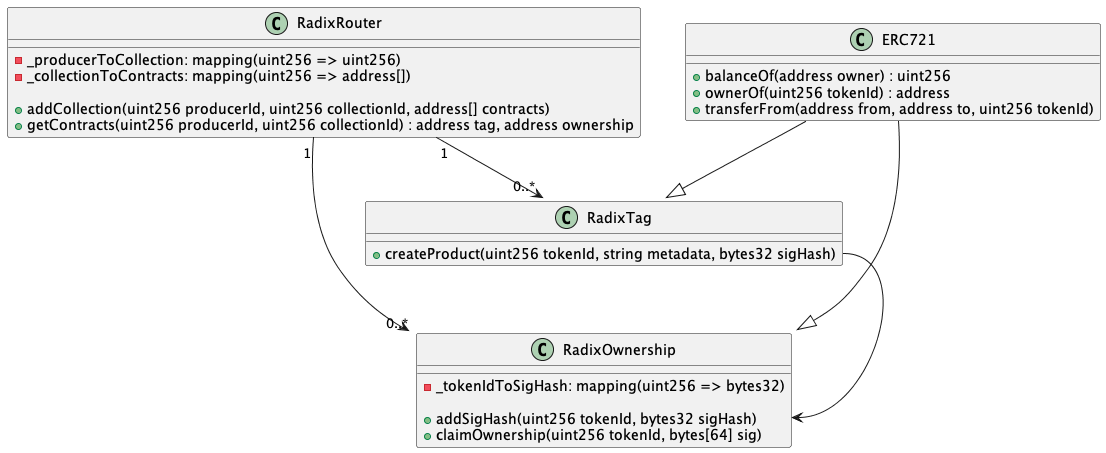
Earlier version of the PlantUML export diagrams/out/contracts/radix_contracts.png (RadixOrg/docs).
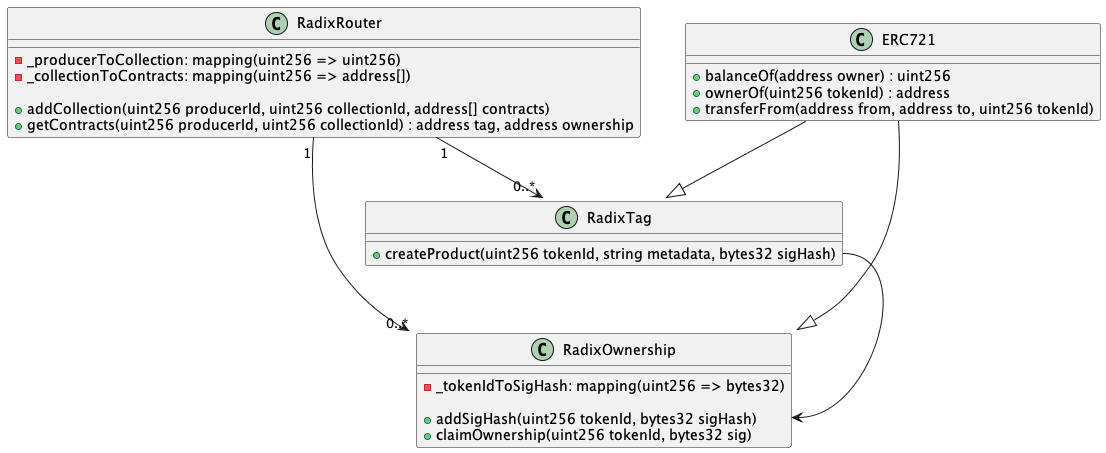
After the change.

Commit message:
correct diagram

The edit, as a diff of the source:
```diff
@@ -22,7 +22,7 @@
     - _tokenIdToSigHash: mapping(uint256 => bytes32)
 
     + addSigHash(uint256 tokenId, bytes32 sigHash)
-    + claimOwnership(uint256 tokenId, bytes[64] sig)
+    + claimOwnership(uint256 tokenId, bytes32 sig)
 }
 
 ERC721 --|> RadixTag
```
